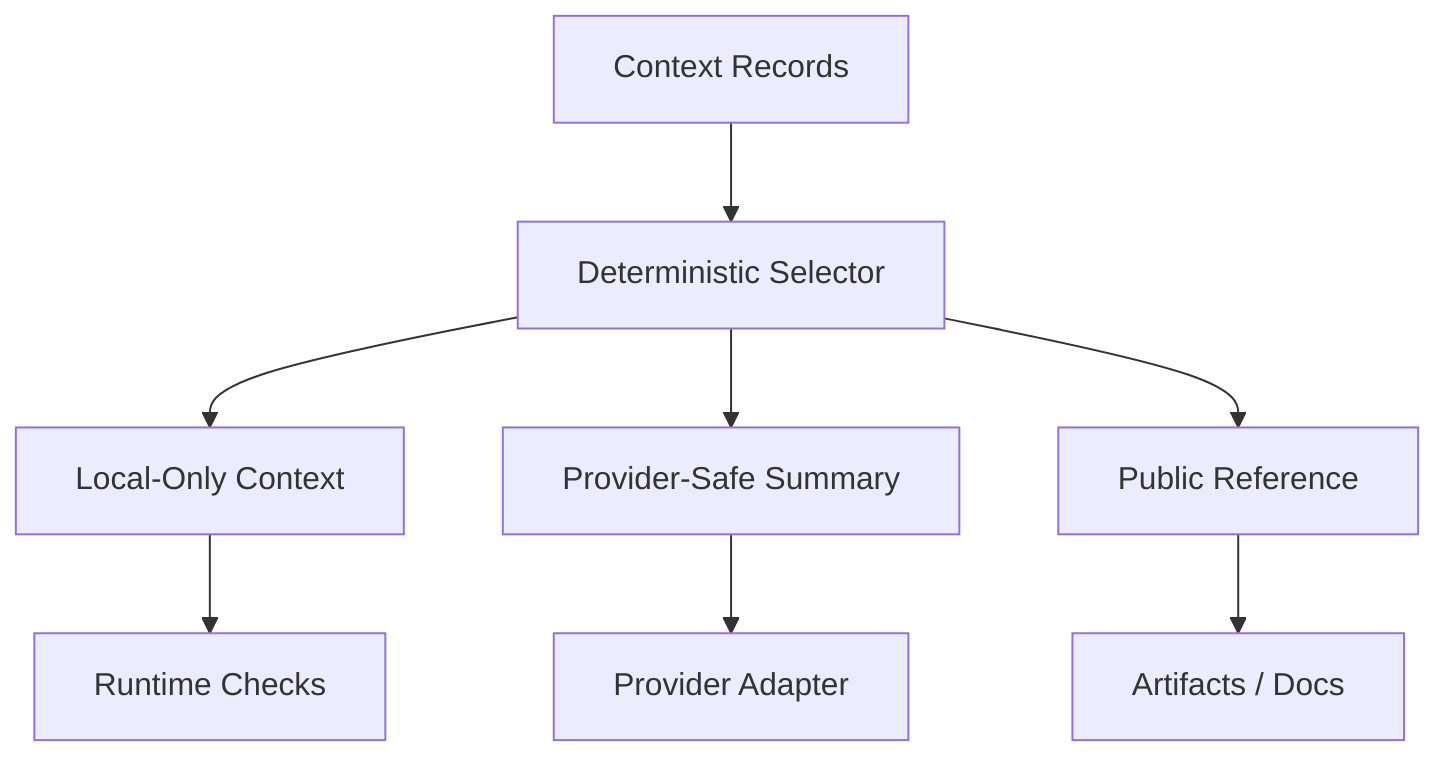
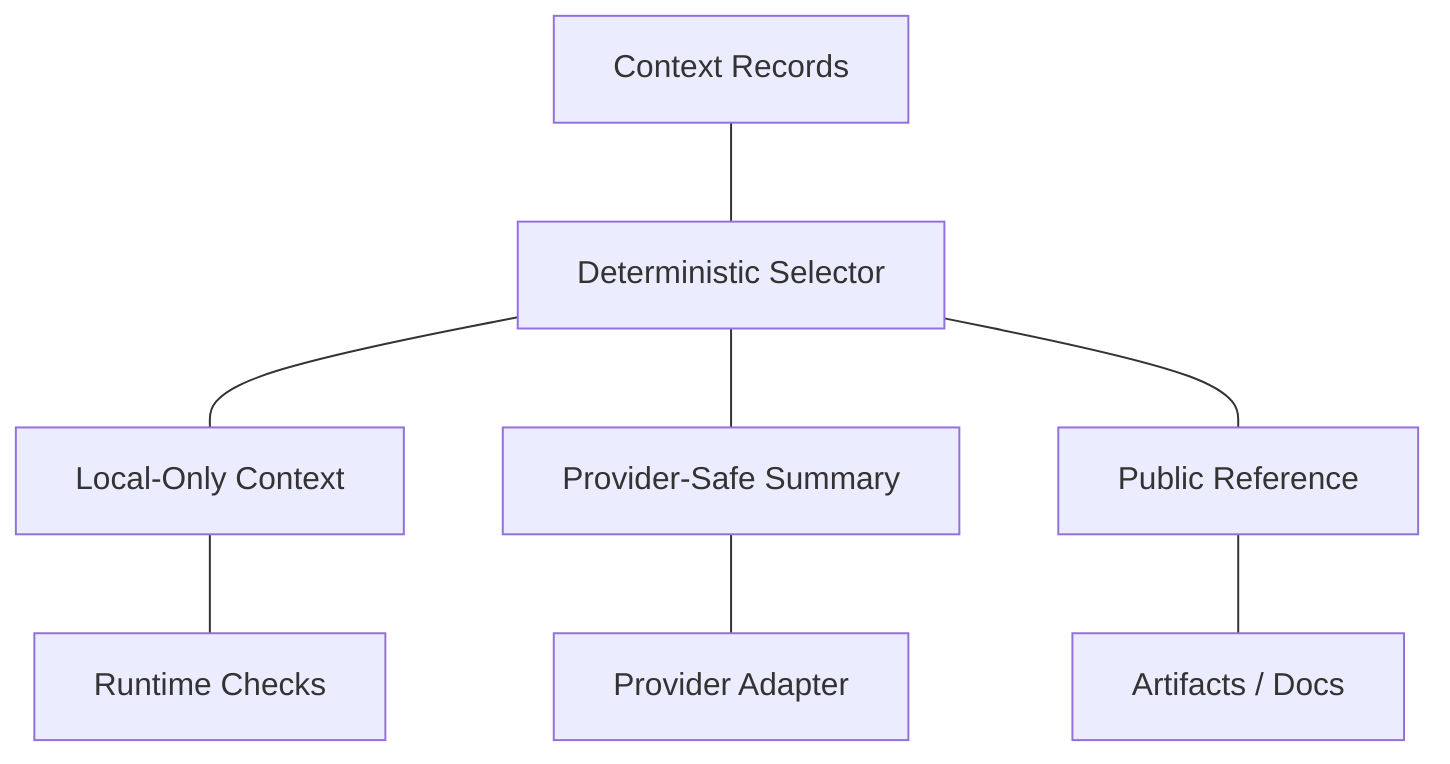
%% deterministic-agent-runtime-architecture
%% Copyright (c) 2026 Stefan Len
%% SPDX-License-Identifier: MIT

flowchart TD
-     Records["Context Records"] --> Selector["Deterministic Selector"]
-     Selector --> Local["Local-Only Context"]
-     Selector --> Safe["Provider-Safe Summary"]
-     Selector --> Public["Public Reference"]
-     Safe --> Provider["Provider Adapter"]
-     Public --> Artifacts["Artifacts / Docs"]
-     Local --> Runtime["Runtime Checks"]
+     Records["Context Records"] --- Selector["Deterministic Selector"]
+     Selector --- Local["Local-Only Context"]
+     Selector --- Safe["Provider-Safe Summary"]
+     Selector --- Public["Public Reference"]
+     Safe --- Provider["Provider Adapter"]
+     Public --- Artifacts["Artifacts / Docs"]
+     Local --- Runtime["Runtime Checks"]
